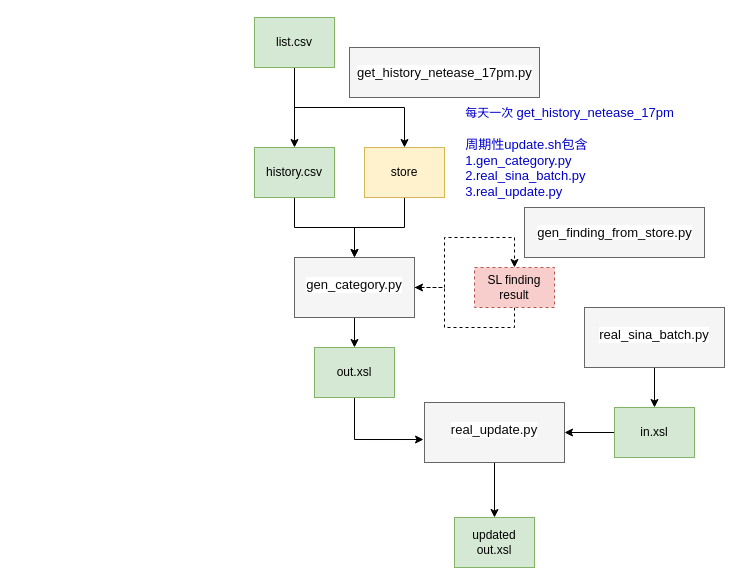
Before: arch.drawio in zbo/zboDoMess, a draw.io diagram. Source tidied: cells renumbered, new cells numbered last; positions are measured from the earlier drawing's top-left corner, leaving out a move shared by most shapes. Both pictures are drawn from the tidied source at 100%, with x=0, y=0 at pixel (254, 17).
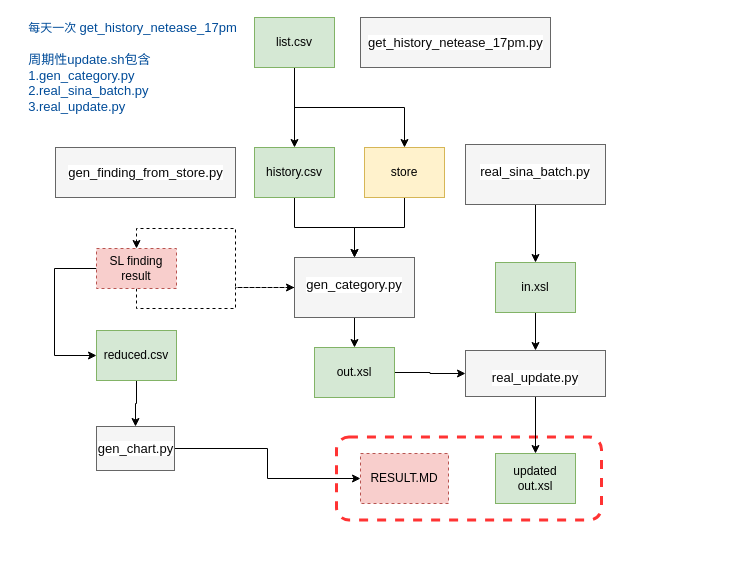
The same diagram, later.

Commit message (it also covers changes not shown here):
fix sina str to float bug

The change refers to these unchanged cells:
```xml
<mxCell id="18" value="out.xsl" style="rounded=0;whiteSpace=wrap;html=1;fillColor=#d5e8d4;strokeColor=#82b366;" parent="1" vertex="1">
  <mxGeometry x="60" y="330" width="80" height="50" as="geometry" />
</mxCell>
```

The edit, as a diff of the source:
```diff
@@
+    <mxCell id="28" style="rounded=1;whiteSpace=wrap;html=1;dashed=1;strokeWidth=3;strokeColor=#FF3333;" parent="1" vertex="1">
+      <mxGeometry x="82" y="419.5" width="265" height="83" as="geometry" />
+    </mxCell>
@@
+    <mxCell id="29" style="edgeStyle=orthogonalEdgeStyle;rounded=0;jettySize=auto;html=1;entryX=0;entryY=0.5;entryDx=0;entryDy=0;" parent="1" edge="1" source="15" target="34">
+      <mxGeometry relative="1" as="geometry">
+        <Array as="points">
+          <mxPoint x="-200" y="251" />
+          <mxPoint x="-200" y="338" />
+        </Array>
+      </mxGeometry>
+    </mxCell>
     <mxCell id="15" value="SL finding result" style="rounded=0;whiteSpace=wrap;html=1;dashed=1;fillColor=#f8cecc;strokeColor=#b85450;" parent="1" vertex="1">
-      <mxGeometry x="220" y="250" width="80" height="40" as="geometry" />
+      <mxGeometry x="-158" y="231" width="80" height="40" as="geometry" />
     </mxCell>
     <mxCell id="16" value="&lt;pre style=&quot;background-color: #ffffff ; color: #080808 ; font-family: &amp;#34;.applesystemuifont&amp;#34; ; font-size: 9.8pt&quot;&gt;gen_finding_from_store.py&lt;/pre&gt;" style="text;html=1;align=center;verticalAlign=middle;strokeColor=#666666;fillColor=#f5f5f5;fontColor=#333333;" parent="1" vertex="1">
-      <mxGeometry x="270" y="190" width="180" height="50" as="geometry" />
+      <mxGeometry x="-199" y="130" width="180" height="50" as="geometry" />
     </mxCell>
-    <mxCell id="17" style="edgeStyle=orthogonalEdgeStyle;rounded=0;jettySize=auto;html=1;entryX=-0.007;entryY=0.617;entryDx=0;entryDy=0;entryPerimeter=0;" parent="1" edge="1" source="18" target="25">
-      <mxGeometry relative="1" as="geometry">
-        <Array as="points">
-          <mxPoint x="100" y="422" />
-        </Array>
-      </mxGeometry>
+    <mxCell id="17" style="edgeStyle=orthogonalEdgeStyle;rounded=0;jettySize=auto;html=1;entryX=0;entryY=0.5;entryDx=0;entryDy=0;" parent="1" edge="1" source="18" target="25">
+      <mxGeometry relative="1" as="geometry" />
     </mxCell>
@@
     <mxCell id="19" value="&lt;pre style=&quot;text-align: left ; background-color: rgb(255 , 255 , 255) ; color: rgb(8 , 8 , 8) ; font-family: &amp;#34;.applesystemuifont&amp;#34; ; font-size: 9.8pt&quot;&gt;get_history_netease_17pm.py&lt;/pre&gt;" style="text;html=1;align=center;verticalAlign=middle;strokeColor=#666666;fillColor=#f5f5f5;fontColor=#333333;" parent="1" vertex="1">
-      <mxGeometry x="95" y="30" width="190" height="50" as="geometry" />
+      <mxGeometry x="106" width="190" height="50" as="geometry" />
     </mxCell>
@@
     <mxCell id="21" value="&lt;pre style=&quot;background-color: #ffffff ; color: #080808 ; font-family: &amp;quot;.applesystemuifont&amp;quot; ; font-size: 9.8pt&quot;&gt;real_sina_batch.py&lt;/pre&gt;" style="text;whiteSpace=wrap;html=1;fillColor=#f5f5f5;strokeColor=#666666;fontColor=#333333;align=center;" parent="1" vertex="1">
-      <mxGeometry x="330" y="290" width="140" height="60" as="geometry" />
+      <mxGeometry x="211" y="127" width="140" height="60" as="geometry" />
     </mxCell>
-    <mxCell id="22" style="edgeStyle=orthogonalEdgeStyle;rounded=0;jettySize=auto;html=1;entryX=1;entryY=0.5;entryDx=0;entryDy=0;" parent="1" edge="1" source="23" target="25">
+    <mxCell id="22" style="edgeStyle=orthogonalEdgeStyle;rounded=0;jettySize=auto;html=1;" parent="1" edge="1" source="23" target="25">
       <mxGeometry relative="1" as="geometry" />
     </mxCell>
     <mxCell id="23" value="in.xsl" style="rounded=0;whiteSpace=wrap;html=1;fillColor=#d5e8d4;strokeColor=#82b366;" parent="1" vertex="1">
-      <mxGeometry x="360" y="390" width="80" height="50" as="geometry" />
+      <mxGeometry x="241" y="245" width="80" height="50" as="geometry" />
     </mxCell>
@@
     <mxCell id="25" value="&lt;pre style=&quot;background-color: #ffffff ; color: #080808 ; font-family: &amp;#34;.applesystemuifont&amp;#34; ; font-size: 9.8pt&quot;&gt;real_update.py&lt;/pre&gt;" style="text;whiteSpace=wrap;html=1;fillColor=#f5f5f5;strokeColor=#666666;fontColor=#333333;align=center;" parent="1" vertex="1">
-      <mxGeometry x="170" y="385" width="140" height="60" as="geometry" />
+      <mxGeometry x="211" y="333" width="140" height="46" as="geometry" />
     </mxCell>
     <mxCell id="26" value="updated&lt;br&gt;out.xsl" style="rounded=0;whiteSpace=wrap;html=1;fillColor=#d5e8d4;strokeColor=#82b366;" parent="1" vertex="1">
-      <mxGeometry x="200" y="500" width="80" height="50" as="geometry" />
+      <mxGeometry x="241" y="436" width="80" height="50" as="geometry" />
     </mxCell>
-    <mxCell id="27" value="&lt;div style=&quot;text-align: left&quot;&gt;&lt;span&gt;每天一次&amp;nbsp;&lt;/span&gt;&lt;span style=&quot;background-color: rgb(255, 255, 255); font-family: &amp;quot;.applesystemuifont&amp;quot;; font-size: 9.8pt;&quot;&gt;get_history_netease_17pm&lt;/span&gt;&lt;/div&gt;&lt;span style=&quot;background-color: rgb(255 , 255 , 255)&quot;&gt;&lt;div style=&quot;text-align: left&quot;&gt;&lt;font face=&quot;.applesystemuifont&quot;&gt;&lt;span style=&quot;font-size: 13.0667px&quot;&gt;&lt;br&gt;&lt;/span&gt;&lt;/font&gt;&lt;/div&gt;&lt;font face=&quot;.applesystemuifont&quot;&gt;&lt;div style=&quot;text-align: left&quot;&gt;&lt;span style=&quot;font-size: 9.8pt&quot;&gt;周期性update.sh包含&lt;/span&gt;&lt;/div&gt;&lt;/font&gt;&lt;font face=&quot;.applesystemuifont&quot;&gt;&lt;div style=&quot;text-align: left&quot;&gt;&lt;span style=&quot;font-size: 9.8pt&quot;&gt;1.&lt;/span&gt;&lt;span style=&quot;font-family: &amp;quot;.applesystemuifont&amp;quot; ; font-size: 9.8pt ; text-align: center&quot;&gt;gen_category.py&lt;/span&gt;&lt;/div&gt;&lt;div style=&quot;text-align: left&quot;&gt;&lt;span style=&quot;font-family: &amp;quot;.applesystemuifont&amp;quot; ; font-size: 9.8pt ; text-align: center&quot;&gt;2.&lt;/span&gt;&lt;span style=&quot;font-family: &amp;quot;.applesystemuifont&amp;quot; ; font-size: 9.8pt ; text-align: center&quot;&gt;real_sina_batch.py&lt;/span&gt;&lt;/div&gt;&lt;div style=&quot;text-align: left&quot;&gt;&lt;span style=&quot;font-family: &amp;quot;.applesystemuifont&amp;quot; ; font-size: 9.8pt ; text-align: center&quot;&gt;3.&lt;/span&gt;&lt;span style=&quot;font-family: &amp;quot;.applesystemuifont&amp;quot; ; font-size: 9.8pt ; text-align: center&quot;&gt;real_update.py&lt;/span&gt;&lt;/div&gt;&lt;/font&gt;&lt;/span&gt;" style="text;html=1;align=center;verticalAlign=middle;strokeColor=none;fontColor=#0000CC;" parent="1" vertex="1">
-      <mxGeometry x="200" y="90" width="230" height="90" as="geometry" />
+    <mxCell id="27" value="&lt;div style=&quot;text-align: left&quot;&gt;&lt;span&gt;每天一次&amp;nbsp;&lt;/span&gt;&lt;span style=&quot;background-color: rgb(255, 255, 255); font-family: &amp;quot;.applesystemuifont&amp;quot;; font-size: 9.8pt;&quot;&gt;get_history_netease_17pm&lt;/span&gt;&lt;/div&gt;&lt;span style=&quot;background-color: rgb(255 , 255 , 255)&quot;&gt;&lt;div style=&quot;text-align: left&quot;&gt;&lt;font face=&quot;.applesystemuifont&quot;&gt;&lt;span style=&quot;font-size: 13.0667px&quot;&gt;&lt;br&gt;&lt;/span&gt;&lt;/font&gt;&lt;/div&gt;&lt;font face=&quot;.applesystemuifont&quot;&gt;&lt;div style=&quot;text-align: left&quot;&gt;&lt;span style=&quot;font-size: 9.8pt&quot;&gt;周期性update.sh包含&lt;/span&gt;&lt;/div&gt;&lt;/font&gt;&lt;font face=&quot;.applesystemuifont&quot;&gt;&lt;div style=&quot;text-align: left&quot;&gt;&lt;span style=&quot;font-size: 9.8pt&quot;&gt;1.&lt;/span&gt;&lt;span style=&quot;font-family: &amp;quot;.applesystemuifont&amp;quot; ; font-size: 9.8pt ; text-align: center&quot;&gt;gen_category.py&lt;/span&gt;&lt;/div&gt;&lt;div style=&quot;text-align: left&quot;&gt;&lt;span style=&quot;font-family: &amp;quot;.applesystemuifont&amp;quot; ; font-size: 9.8pt ; text-align: center&quot;&gt;2.&lt;/span&gt;&lt;span style=&quot;font-family: &amp;quot;.applesystemuifont&amp;quot; ; font-size: 9.8pt ; text-align: center&quot;&gt;real_sina_batch.py&lt;/span&gt;&lt;/div&gt;&lt;div style=&quot;text-align: left&quot;&gt;&lt;span style=&quot;font-family: &amp;quot;.applesystemuifont&amp;quot; ; font-size: 9.8pt ; text-align: center&quot;&gt;3.&lt;/span&gt;&lt;span style=&quot;font-family: &amp;quot;.applesystemuifont&amp;quot; ; font-size: 9.8pt ; text-align: center&quot;&gt;real_update.py&lt;/span&gt;&lt;/div&gt;&lt;/font&gt;&lt;/span&gt;" style="text;html=1;align=center;verticalAlign=middle;strokeColor=none;fontColor=#004C99;" parent="1" vertex="1">
+      <mxGeometry x="-237" y="5" width="230" height="90" as="geometry" />
     </mxCell>
+    <mxCell id="30" value="RESULT.MD" style="rounded=0;whiteSpace=wrap;html=1;dashed=1;fillColor=#f8cecc;strokeColor=#b85450;" parent="1" vertex="1">
+      <mxGeometry x="106" y="436" width="88" height="50" as="geometry" />
+    </mxCell>
+    <mxCell id="31" style="edgeStyle=orthogonalEdgeStyle;rounded=0;jettySize=auto;html=1;" parent="1" edge="1" source="32" target="30">
+      <mxGeometry relative="1" as="geometry" />
+    </mxCell>
+    <mxCell id="32" value="&lt;pre style=&quot;background-color: #ffffff ; color: #080808 ; font-family: &amp;#34;.applesystemuifont&amp;#34; ; font-size: 9.8pt&quot;&gt;gen_chart.py&lt;/pre&gt;" style="text;html=1;align=center;verticalAlign=middle;points=[];strokeColor=#666666;fillColor=#f5f5f5;fontColor=#333333;" parent="1" vertex="1">
+      <mxGeometry x="-158" y="409" width="78" height="44" as="geometry" />
+    </mxCell>
+    <mxCell id="33" style="edgeStyle=orthogonalEdgeStyle;rounded=0;jettySize=auto;html=1;" parent="1" edge="1" source="34" target="32">
+      <mxGeometry relative="1" as="geometry" />
+    </mxCell>
+    <mxCell id="34" value="reduced.csv" style="rounded=0;whiteSpace=wrap;html=1;fillColor=#d5e8d4;strokeColor=#82b366;" parent="1" vertex="1">
+      <mxGeometry x="-158" y="313" width="80" height="50" as="geometry" />
+    </mxCell>
```
